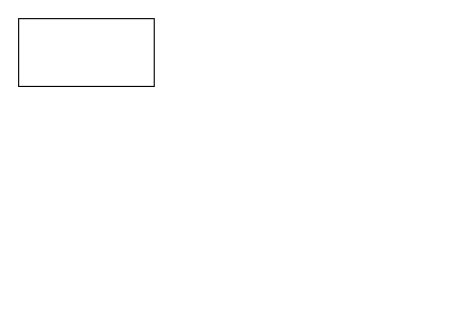
Earlier version of the draw.io diagram diagrams/Untitled Diagram.drawio (xiangshuijiao/diagrams). Source tidied: cells renumbered, new cells numbered last; positions are measured from the earlier drawing's top-left corner, leaving out a move shared by most shapes. Both pictures are drawn from the tidied source at 113%, with x=0, y=0 at pixel (18, 18).
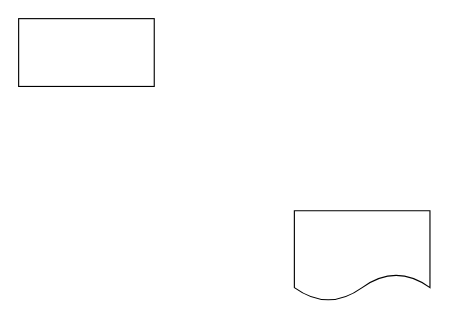
The same page after the edit.

The edit, as a diff of the source:
```diff
@@
 <mxGraphModel>
   <root>
     <mxCell id="0" />
     <mxCell id="1" parent="0" />
     <mxCell id="2" style="rounded=0;whiteSpace=wrap;html=1;" parent="1" vertex="1">
       <mxGeometry width="120" height="60" as="geometry" />
     </mxCell>
+    <mxCell id="3" style="shape=document;whiteSpace=wrap;html=1;boundedLbl=1;" parent="1" vertex="1">
+      <mxGeometry x="244" y="170" width="120" height="80" as="geometry" />
+    </mxCell>
   </root>
 </mxGraphModel>
```
